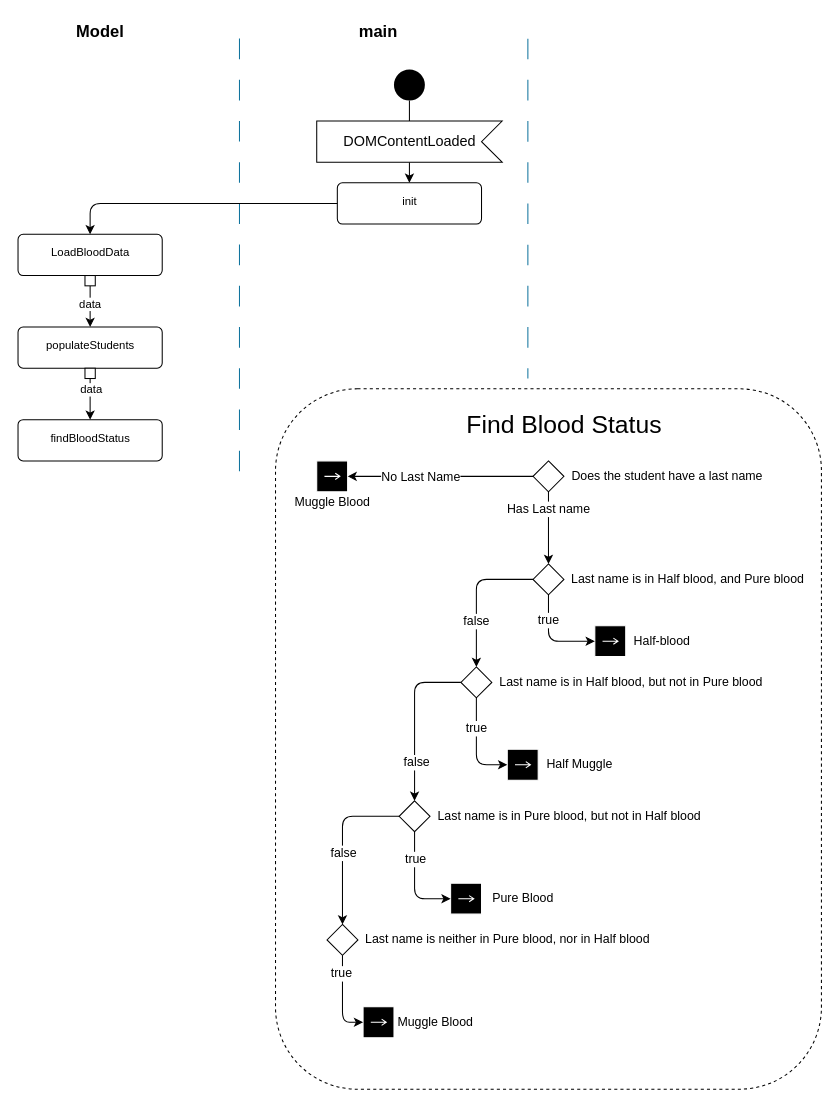
Zagoman/hacked-hogwarts keeps this draw.io diagram as diagrams/blood_status.drawio. Above is the earlier version. Source tidied: cells renumbered, new cells numbered last; positions are measured from the earlier drawing's top-left corner, leaving out a move shared by most shapes. Both pictures are drawn from the tidied source at 103%, with x=0, y=0 at pixel (18, 18).
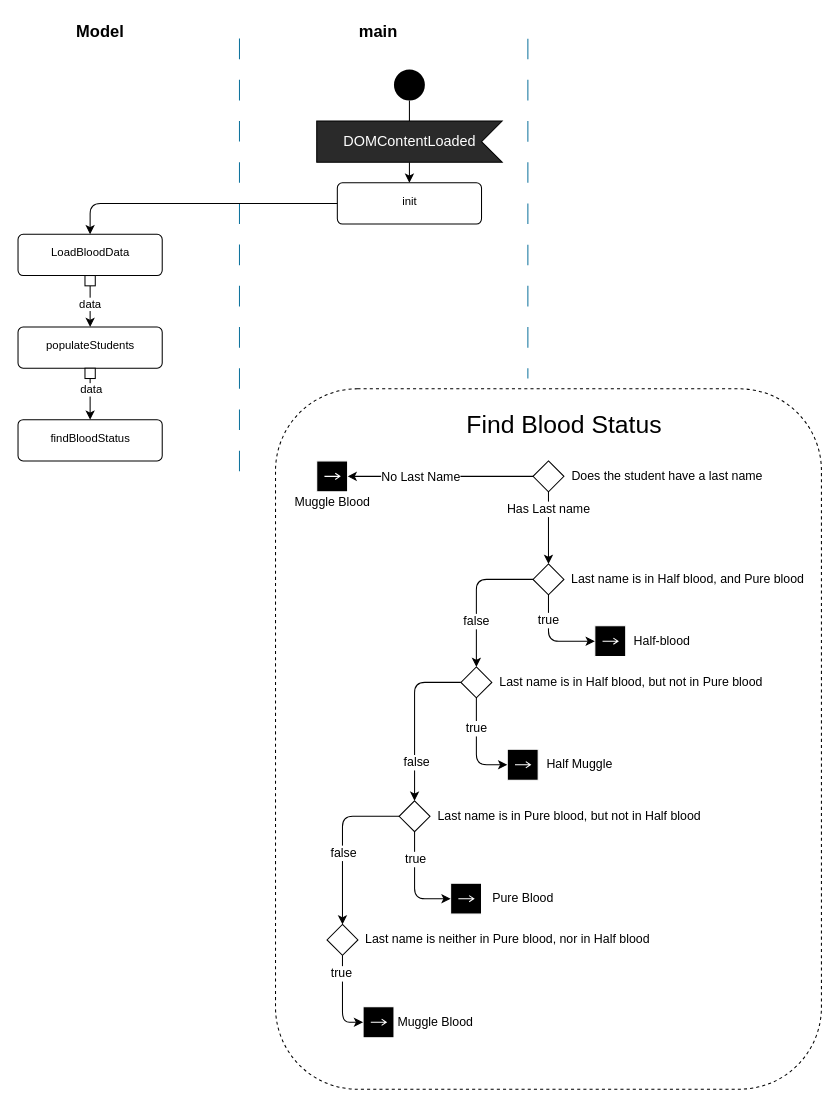
After the change.

The edit, as a diff of the source:
```diff
@@
-    <mxCell id="16" value="DOMContentLoaded" style="html=1;shape=mxgraph.infographic.ribbonSimple;notch1=20;notch2=0;align=center;verticalAlign=middle;fontSize=14;fontStyle=0;flipH=1;fillColor=#FFFFFF;fontColor=#050505;" parent="1" vertex="1">
+    <mxCell id="16" value="DOMContentLoaded" style="html=1;shape=mxgraph.infographic.ribbonSimple;notch1=20;notch2=0;align=center;verticalAlign=middle;fontSize=14;fontStyle=0;flipH=1;fillColor=#2A2A2A;fontColor=#FFFFFF;" parent="1" vertex="1">
       <mxGeometry x="290" y="100" width="180" height="40" as="geometry" />
     </mxCell>
```
